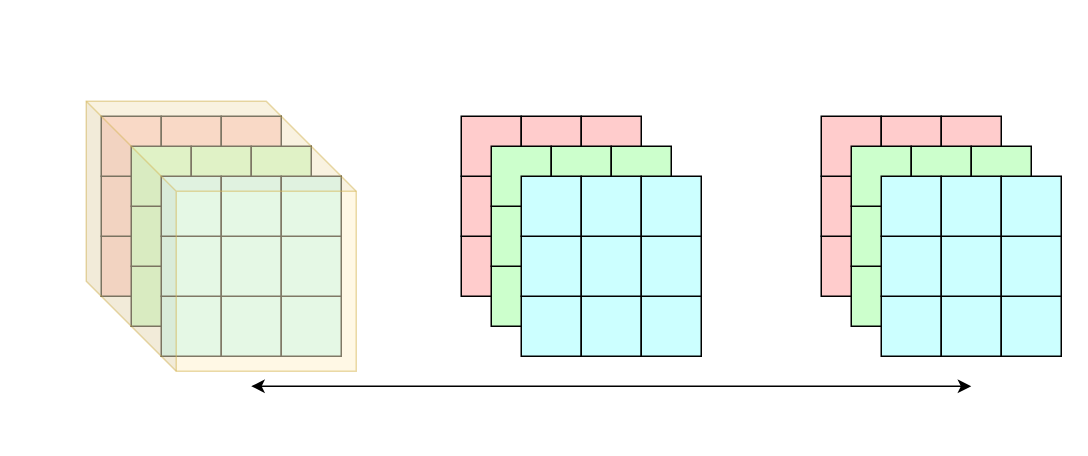
Isaac-the-Man/diagrams keeps this draw.io diagram as page "Page-2" (2 of 5) of diagram2.drawio. Above is the earlier version. Source tidied: cells renumbered, new cells numbered last; positions are measured from the earlier drawing's top-left corner, leaving out a move shared by most shapes. Both pictures are drawn from the tidied source at 150%, with x=0, y=0 at pixel (86, 100).
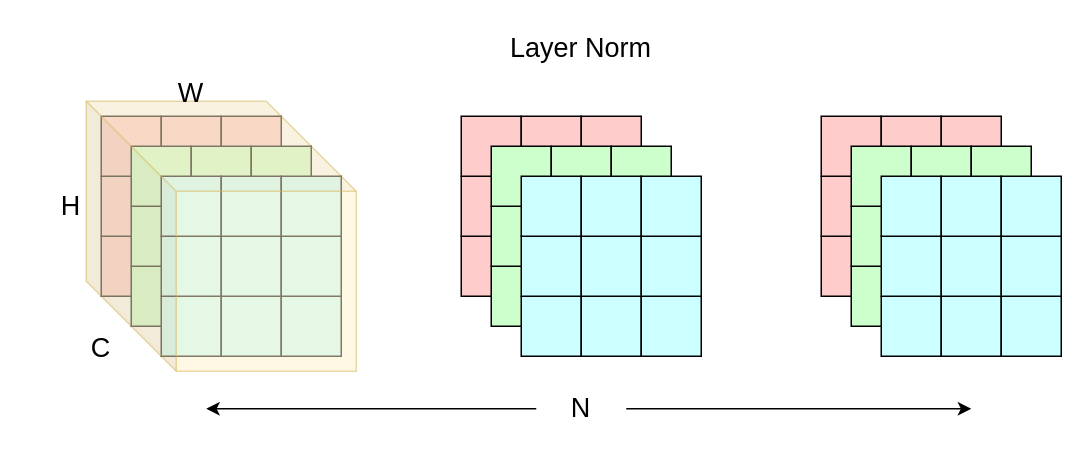
The same page after the edit.

The edit, as a diff of the source:
```diff
@@
+    <mxCell id="94" style="group;" parent="1" vertex="1">
+      <mxGeometry x="-40" y="-50" width="690" height="270" as="geometry" />
+    </mxCell>
-    <mxCell id="2" style="group;" parent="1" vertex="1">
-      <mxGeometry x="10" y="10" width="600" height="120" as="geometry" />
+    <mxCell id="2" style="group;" parent="94" vertex="1">
+      <mxGeometry x="50" y="60" width="600" height="120" as="geometry" />
     </mxCell>
@@
-    <mxCell id="30" style="group;" parent="1" vertex="1">
-      <mxGeometry x="30" y="30" width="620" height="140" as="geometry" />
+    <mxCell id="30" style="group;" parent="94" vertex="1">
+      <mxGeometry x="70" y="80" width="620" height="140" as="geometry" />
     </mxCell>
@@
-    <mxCell id="92" style="shape=cube;whiteSpace=wrap;html=1;boundedLbl=1;backgroundOutline=1;darkOpacity=0.05;darkOpacity2=0.1;size=60;glass=0;fillColor=#fff2cc;opacity=50;strokeColor=#d6b656;" parent="1" vertex="1">
-      <mxGeometry width="180" height="180" as="geometry" />
+    <mxCell id="92" style="shape=cube;whiteSpace=wrap;html=1;boundedLbl=1;backgroundOutline=1;darkOpacity=0.05;darkOpacity2=0.1;size=60;glass=0;fillColor=#fff2cc;opacity=50;strokeColor=#d6b656;" parent="94" vertex="1">
+      <mxGeometry x="40" y="50" width="180" height="180" as="geometry" />
     </mxCell>
-    <mxCell id="93" style="endArrow=classic;startArrow=classic;html=1;rounded=0;" parent="1" edge="1">
-      <mxGeometry relative="1" as="geometry">
-        <mxPoint x="110" y="190" as="sourcePoint" />
-        <mxPoint x="590" y="190" as="targetPoint" />
-      </mxGeometry>
-    </mxCell>
+    <mxCell id="95" style="group;" parent="94" vertex="1">
+      <mxGeometry y="30" width="140" height="200" as="geometry" />
+    </mxCell>
+    <mxCell id="96" value="&lt;font style=&quot;font-size: 18px;&quot;&gt;H&lt;/font&gt;" style="text;strokeColor=none;align=center;fillColor=none;html=1;verticalAlign=middle;whiteSpace=wrap;rounded=0;" parent="95" vertex="1">
+      <mxGeometry y="75" width="60" height="30" as="geometry" />
+    </mxCell>
+    <mxCell id="97" value="&lt;font style=&quot;font-size: 18px;&quot;&gt;W&lt;/font&gt;" style="text;strokeColor=none;align=center;fillColor=none;html=1;verticalAlign=middle;whiteSpace=wrap;rounded=0;" parent="95" vertex="1">
+      <mxGeometry x="80" width="60" height="30" as="geometry" />
+    </mxCell>
+    <mxCell id="98" value="&lt;font style=&quot;font-size: 18px;&quot;&gt;C&lt;/font&gt;" style="text;strokeColor=none;align=center;fillColor=none;html=1;verticalAlign=middle;whiteSpace=wrap;rounded=0;" parent="95" vertex="1">
+      <mxGeometry x="20" y="170" width="60" height="30" as="geometry" />
+    </mxCell>
+    <mxCell id="99" style="endArrow=classic;startArrow=none;html=1;rounded=0;fontSize=18;" parent="94" edge="1" source="101">
+      <mxGeometry relative="1" as="geometry">
+        <mxPoint x="630" y="255" as="targetPoint" />
+      </mxGeometry>
+    </mxCell>
+    <mxCell id="100" style="endArrow=none;startArrow=classic;html=1;rounded=0;fontSize=18;" parent="94" edge="1" target="101">
+      <mxGeometry relative="1" as="geometry">
+        <mxPoint x="120" y="255" as="sourcePoint" />
+      </mxGeometry>
+    </mxCell>
+    <mxCell id="101" value="N" style="text;strokeColor=none;align=center;fillColor=none;html=1;verticalAlign=middle;whiteSpace=wrap;rounded=0;fontSize=18;" parent="94" vertex="1">
+      <mxGeometry x="340" y="240" width="60" height="30" as="geometry" />
+    </mxCell>
+    <mxCell id="102" value="Layer Norm" style="text;strokeColor=none;align=center;fillColor=none;html=1;verticalAlign=middle;whiteSpace=wrap;rounded=0;fontSize=18;" parent="94" vertex="1">
+      <mxGeometry x="280" width="180" height="30" as="geometry" />
+    </mxCell>
```
